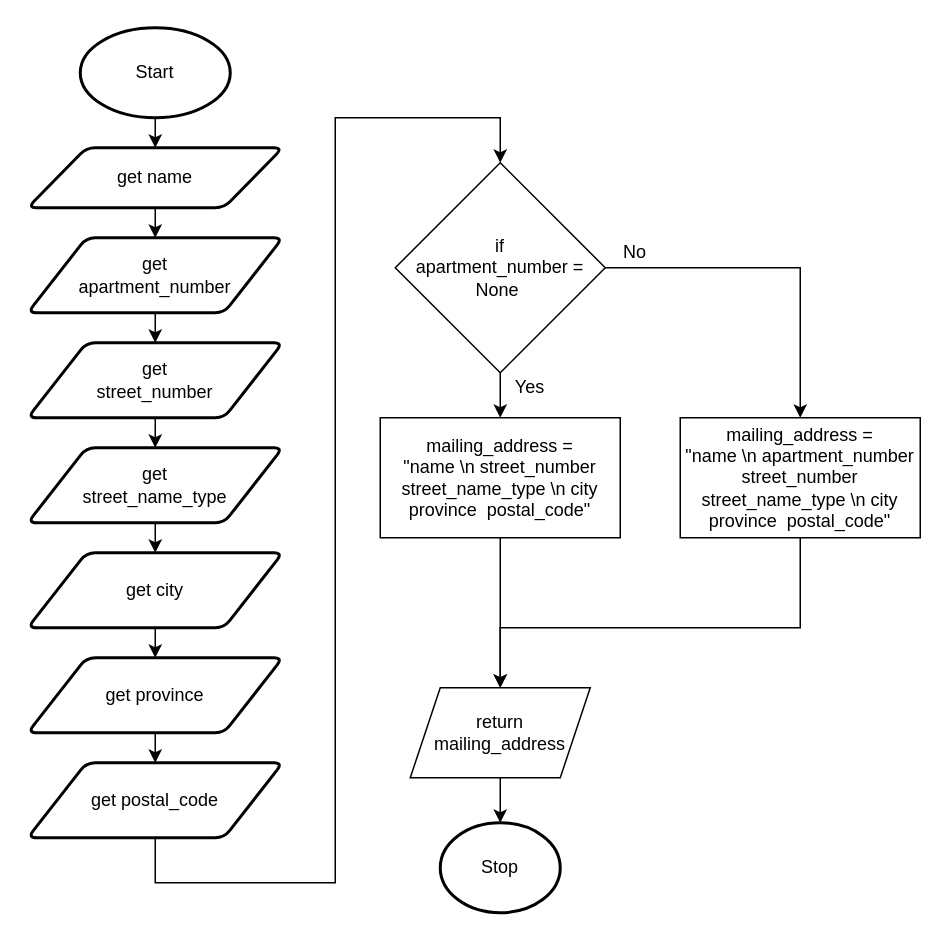
This is drawio/flowchart.drawio from Aidan-Lalonde-Novales/ICS3U-Unit5-05-Python, a draw.io file, before an edit. Source tidied: cells renumbered, new cells numbered last; positions are measured from the earlier drawing's top-left corner, leaving out a move shared by most shapes. Both pictures are drawn from the tidied source at 150%, with x=0, y=0 at pixel (27, 27).
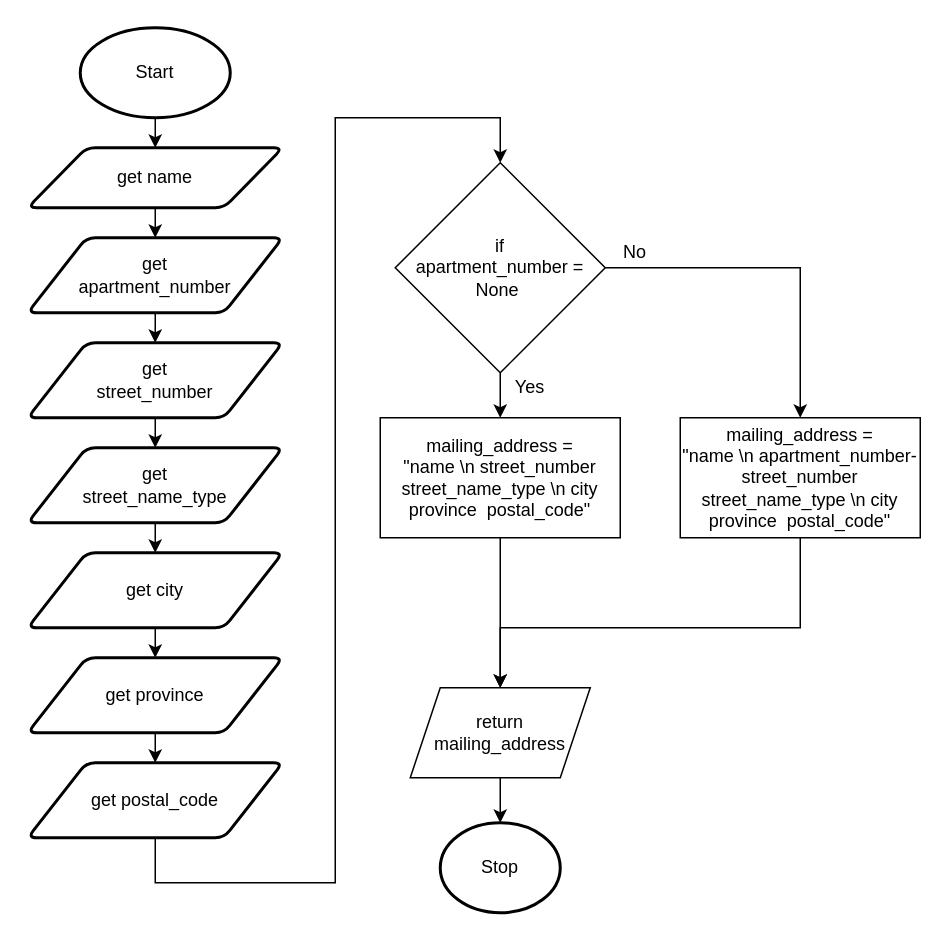
The same page after the edit.

The edit, as a diff of the source:
```diff
@@
-    <mxCell id="27" value="mailing_address =&lt;br&gt;&quot;name \n apartment_number street_number&lt;br&gt;street_name_type \n city province&amp;nbsp; postal_code&quot;" style="rounded=0;whiteSpace=wrap;html=1;" parent="1" vertex="1">
+    <mxCell id="27" value="mailing_address =&lt;br&gt;&quot;name \n apartment_number- street_number&lt;br&gt;street_name_type \n city province&amp;nbsp; postal_code&quot;" style="rounded=0;whiteSpace=wrap;html=1;" parent="1" vertex="1">
       <mxGeometry x="435" y="260" width="160" height="80" as="geometry" />
     </mxCell>
```
